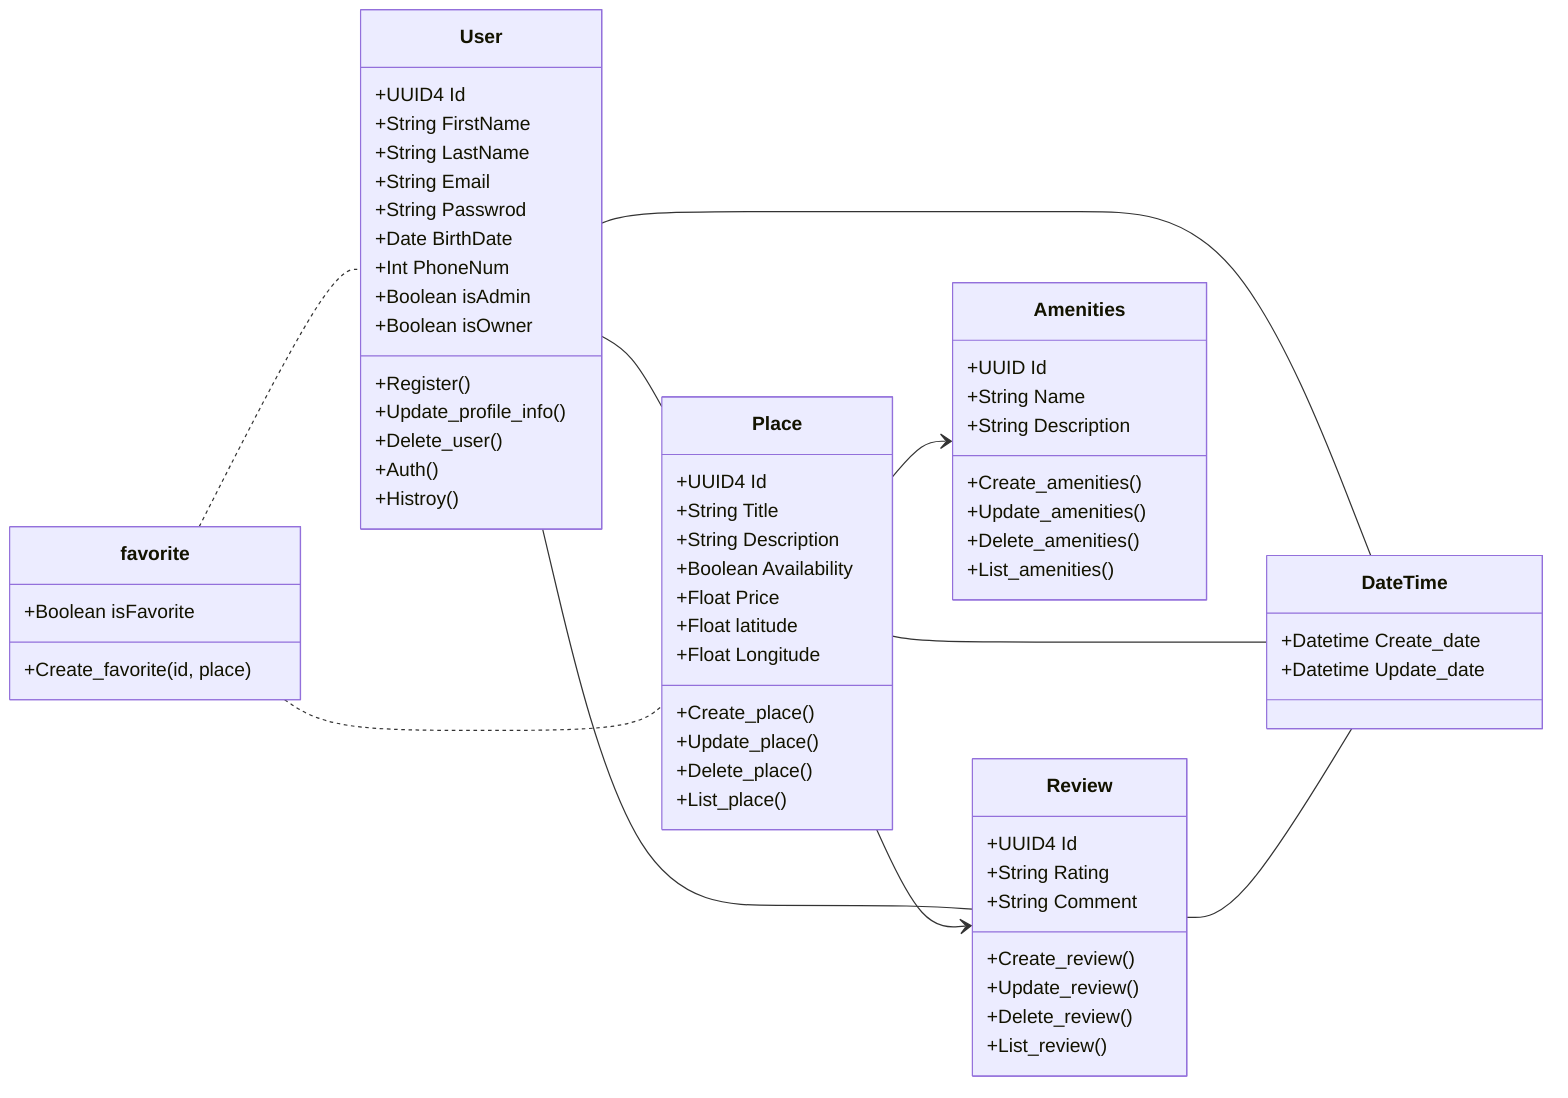
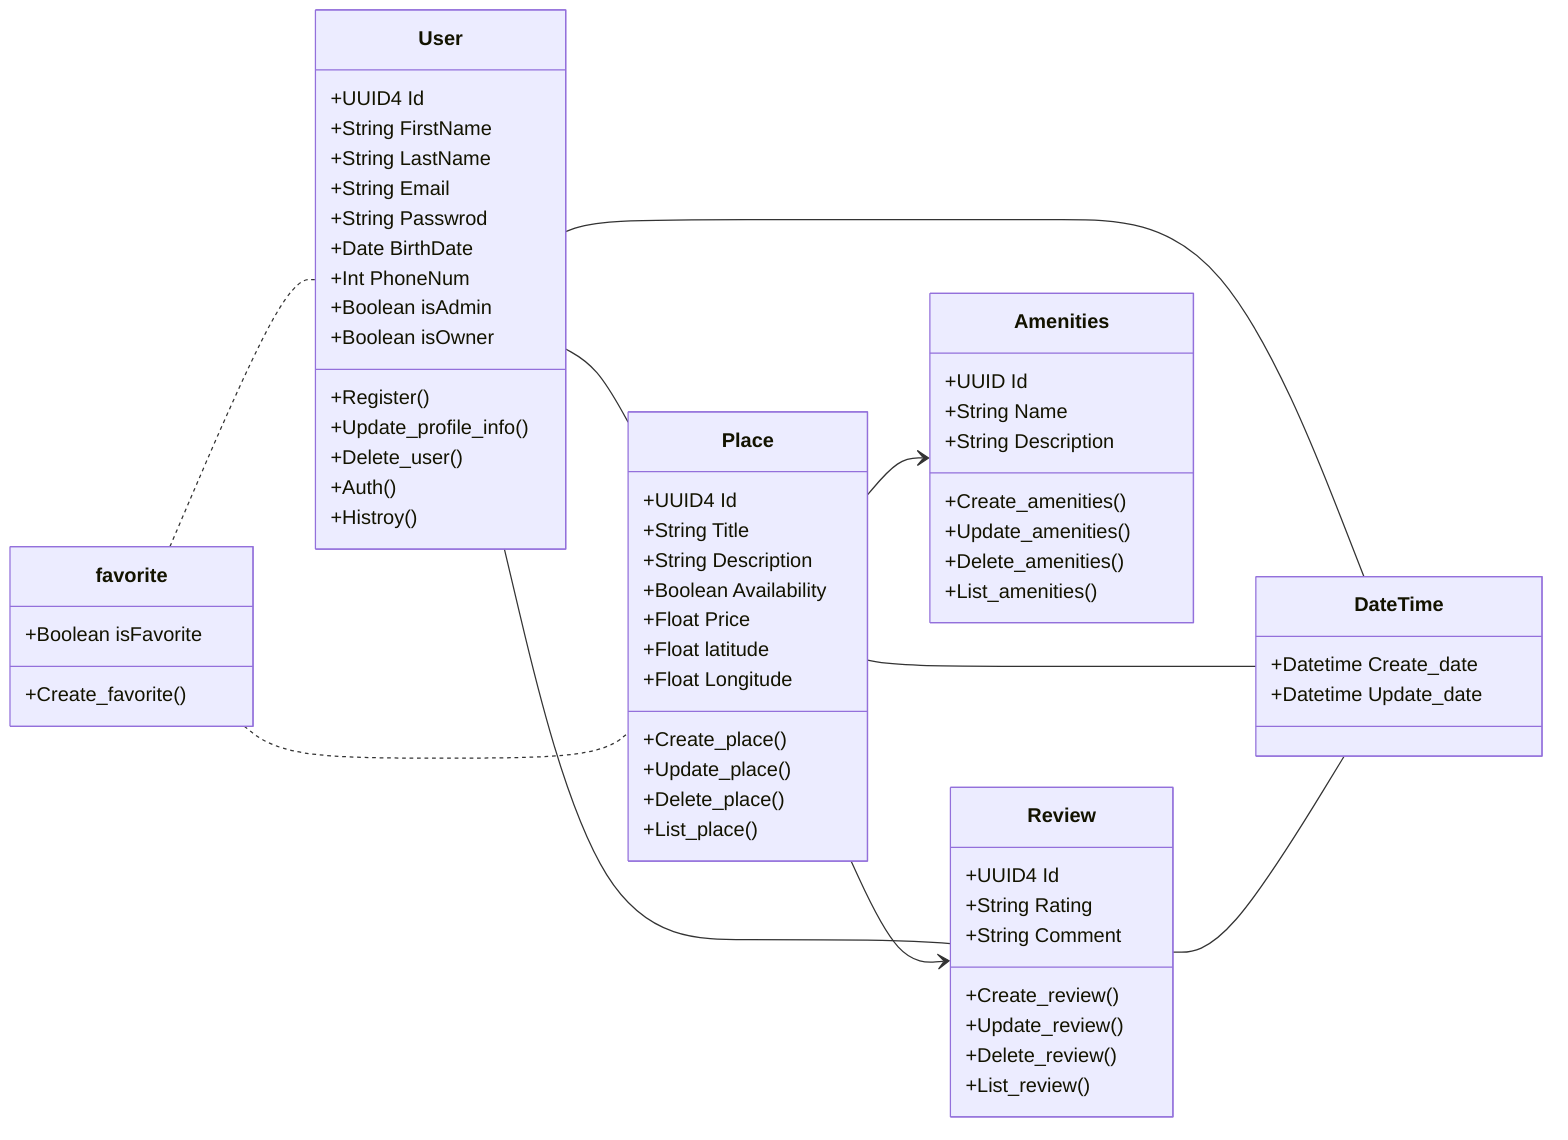
classDiagram
    direction LR
    class User {
        +UUID4 Id
        +String FirstName
        +String LastName
        +String Email
        +String Passwrod
        +Date BirthDate
        +Int PhoneNum
        +Boolean isAdmin
        +Boolean isOwner
        +Register()
        +Update_profile_info()
        +Delete_user()
        +Auth()
        +Histroy()
    }

    class favorite {
        +Boolean isFavorite
-         +Create_favorite(id, place)
+         +Create_favorite()
    }

    class Place {
        +UUID4 Id
        +String Title
        +String Description
        +Boolean Availability
        +Float Price
        +Float latitude
        +Float Longitude
        +Create_place()
        +Update_place()
        +Delete_place()
        +List_place()
    }

    class DateTime {
        +Datetime Create_date
        +Datetime Update_date
    }

    class Review {
        +UUID4 Id
        +String Rating
        +String Comment
        +Create_review()
        +Update_review()
        +Delete_review()
        +List_review()
    }

    class Amenities {
        +UUID Id
        +String Name
        +String Description
        +Create_amenities()
        +Update_amenities()
        +Delete_amenities()
        +List_amenities()
    }

    User -- Place
    favorite .. User
    favorite .. Place
    User -- DateTime
    User -- Review
    Place -- DateTime
    Place --> Review
    Place --> Amenities
    Review -- DateTime